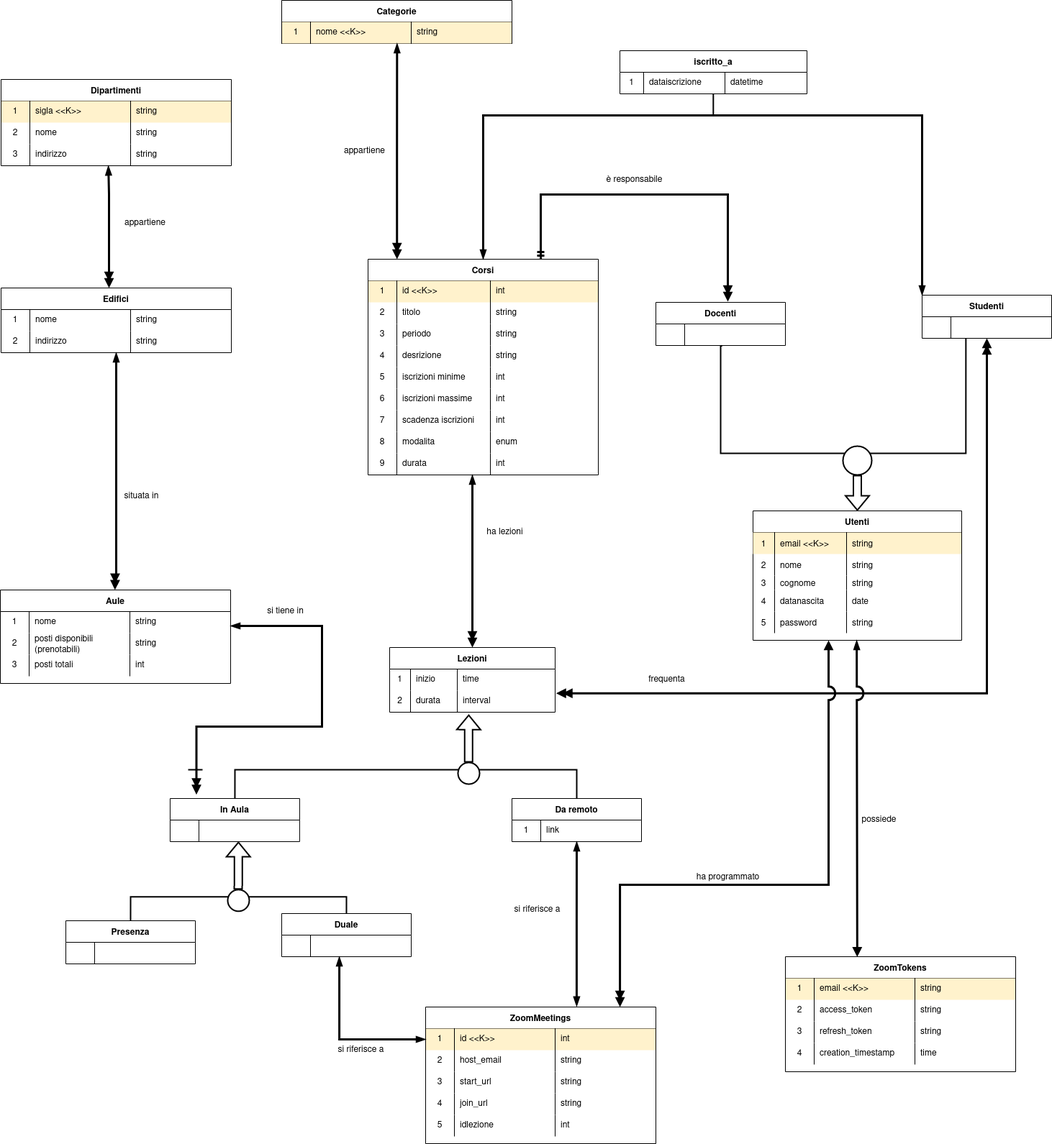
nicolamarizza/DbProject keeps this draw.io diagram as docs/SchemaOggetti.png. Above is the earlier version. Source tidied: cells renumbered, new cells last; positions are measured from the earlier drawing's top-left corner, leaving out a move shared by most shapes.
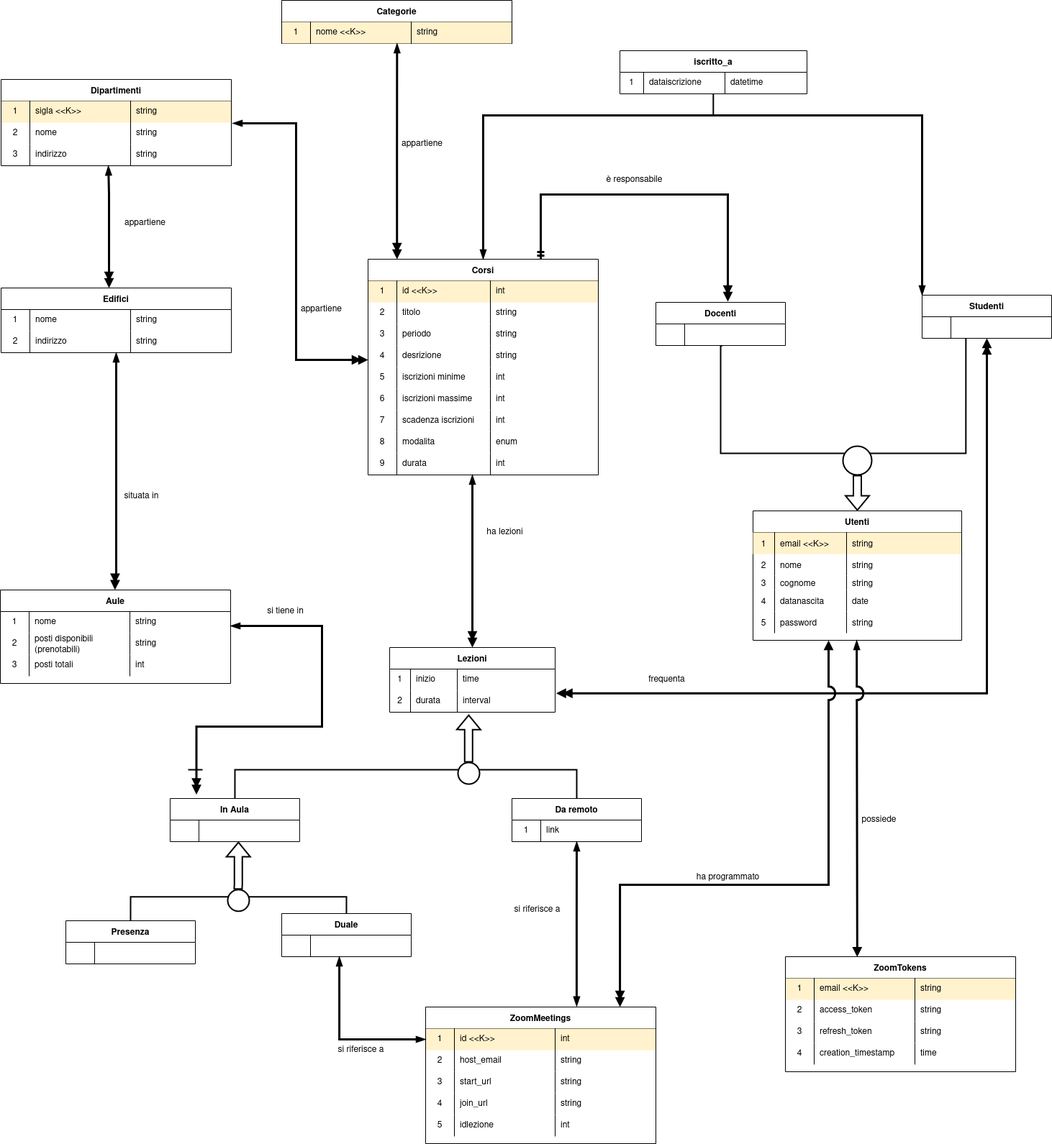
Above is the later version.

Commit message:
schema oggetti

Change to the diagram source:
```diff
@@ -479,7 +479,7 @@
       </mxGeometry>
     </mxCell>
     <mxCell id="143" value="appartiene" style="text;html=1;align=center;verticalAlign=middle;strokeColor=none;fillColor=none;" parent="1" vertex="1">
-      <mxGeometry x="471" y="200" width="70" height="20" as="geometry" />
+      <mxGeometry x="551" y="190" width="70" height="20" as="geometry" />
     </mxCell>
     <mxCell id="144" value="frequenta" style="text;html=1;align=center;verticalAlign=middle;strokeColor=none;fillColor=none;" parent="1" vertex="1">
       <mxGeometry x="891" y="930" width="70" height="30" as="geometry" />
@@ -714,5 +714,16 @@
         <mxPoint x="990.8" y="130" as="targetPoint" />
       </mxGeometry>
     </mxCell>
+    <mxCell id="210" style="edgeStyle=orthogonalEdgeStyle;rounded=0;jettySize=auto;html=1;startArrow=doubleBlock;startFill=1;endArrow=blockThin;endFill=1;strokeWidth=3;entryX=1.006;entryY=0.033;entryDx=0;entryDy=0;entryPerimeter=0;" parent="1" edge="1" source="39" target="127">
+      <mxGeometry relative="1" as="geometry">
+        <Array as="points">
+          <mxPoint x="411" y="500" />
+          <mxPoint x="411" y="171" />
+        </Array>
+      </mxGeometry>
+    </mxCell>
+    <mxCell id="211" value="appartiene" style="text;html=1;align=center;verticalAlign=middle;strokeColor=none;fillColor=none;" parent="1" vertex="1">
+      <mxGeometry x="411" y="420" width="70" height="20" as="geometry" />
+    </mxCell>
   </root>
 </mxGraphModel>
```
